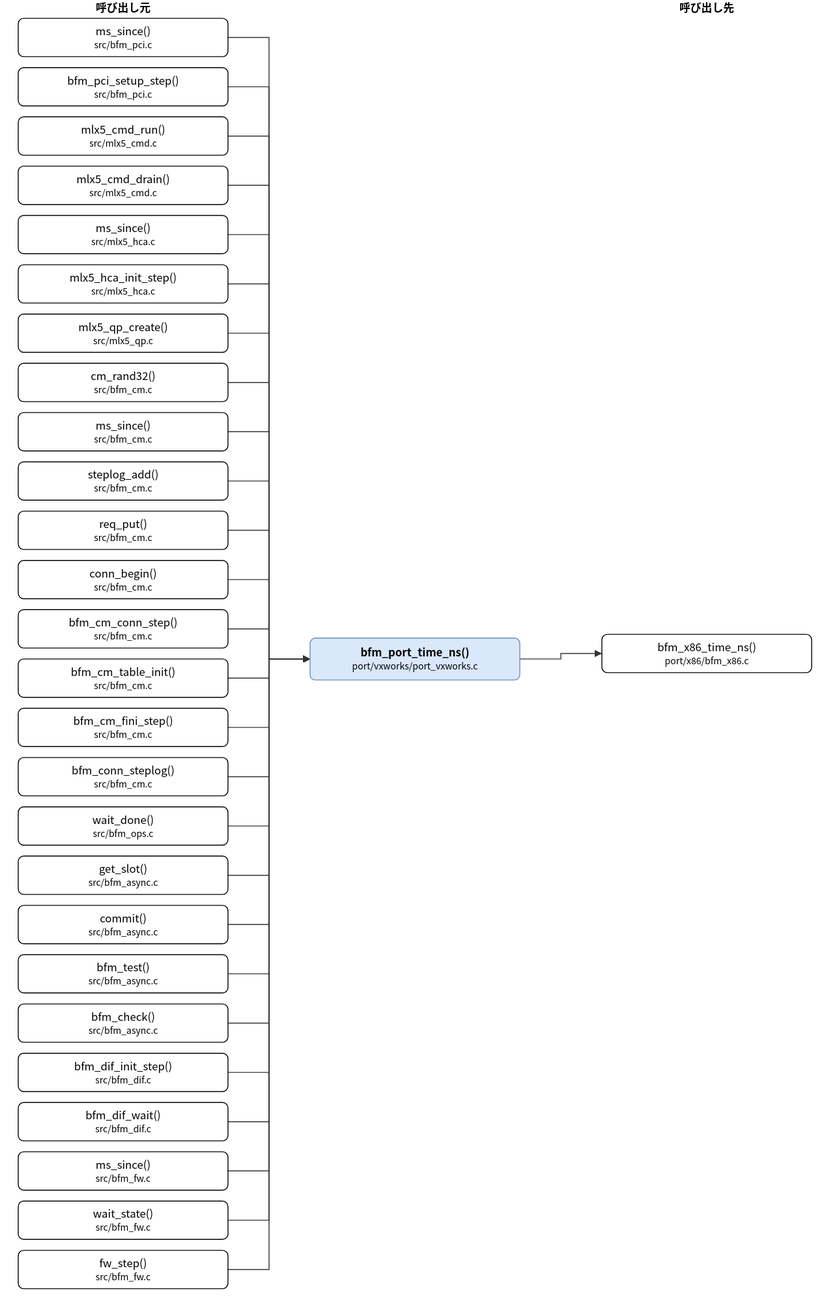
Earlier version of the draw.io export doc/spec/images/call_port_vxworks_port_vxworks-bfm_port_time_ns.drawio.svg (hf355051012-ai/bfmem). Source tidied: cells renumbered, new cells last; positions are measured from the earlier drawing's top-left corner, leaving out a move shared by most shapes.
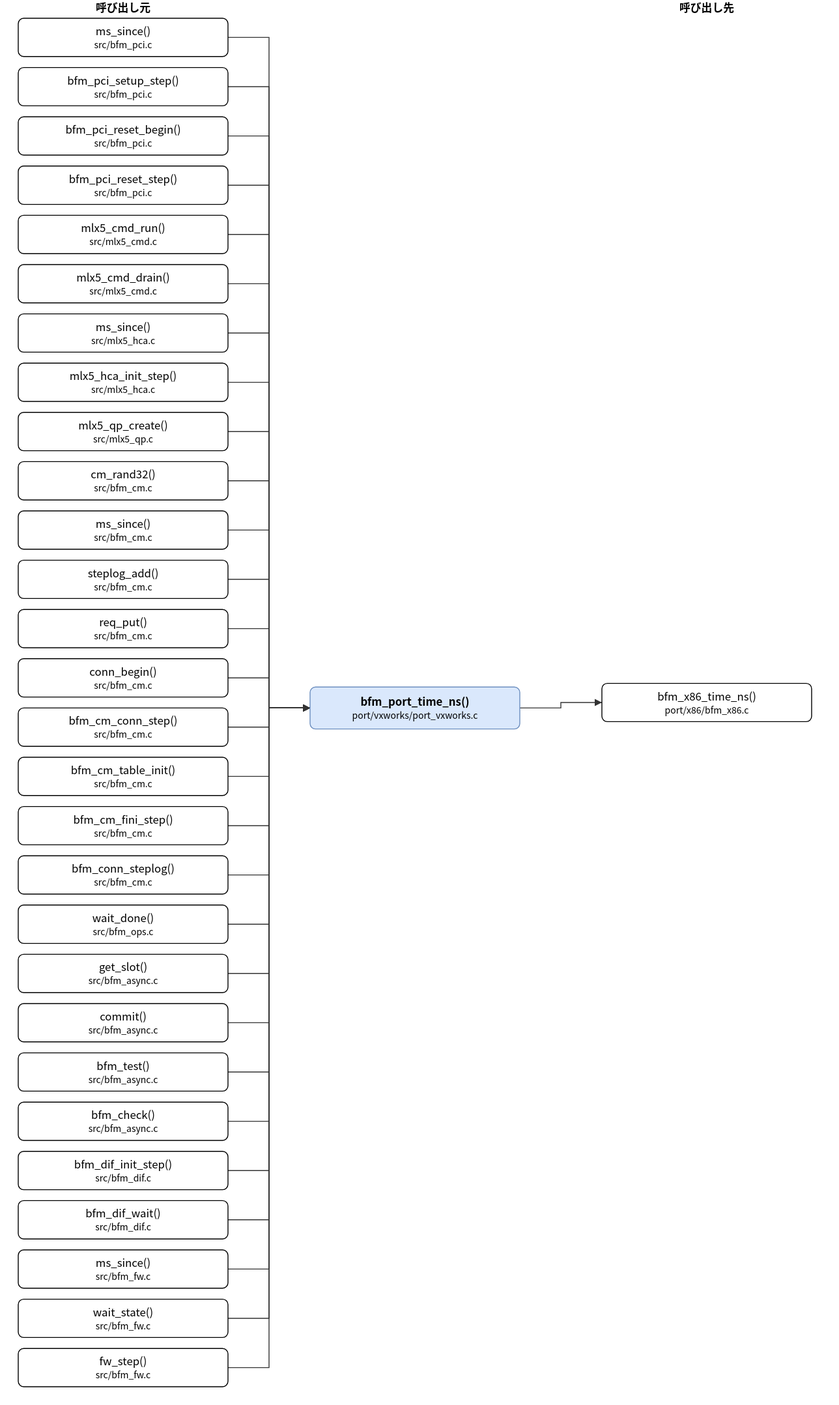
Later version of the same file.

Diff of the diagram source:
```diff
@@ -5,3 +5,3 @@
     <mxCell id="2" value="bfm_port_time_ns()&lt;br&gt;&lt;font style=&quot;font-size:10px&quot;&gt;port/vxworks/port_vxworks.c&lt;/font&gt;" style="rounded=1;whiteSpace=wrap;html=1;fillColor=#dae8fc;strokeColor=#6c8ebf;fontStyle=1;" parent="1" vertex="1">
-      <mxGeometry x="320" y="699" width="230" height="46" as="geometry" />
+      <mxGeometry x="320" y="753" width="230" height="46" as="geometry" />
     </mxCell>
@@ -13,76 +13,82 @@
     </mxCell>
-    <mxCell id="5" value="mlx5_cmd_run()&lt;br&gt;&lt;font style=&quot;font-size:10px&quot;&gt;src/mlx5_cmd.c&lt;/font&gt;" style="rounded=1;whiteSpace=wrap;html=1;" parent="1" vertex="1">
+    <mxCell id="5" value="bfm_pci_reset_begin()&lt;br&gt;&lt;font style=&quot;font-size:10px&quot;&gt;src/bfm_pci.c&lt;/font&gt;" style="rounded=1;whiteSpace=wrap;html=1;" parent="1" vertex="1">
       <mxGeometry y="128" width="230" height="42" as="geometry" />
     </mxCell>
-    <mxCell id="6" value="mlx5_cmd_drain()&lt;br&gt;&lt;font style=&quot;font-size:10px&quot;&gt;src/mlx5_cmd.c&lt;/font&gt;" style="rounded=1;whiteSpace=wrap;html=1;" parent="1" vertex="1">
+    <mxCell id="6" value="bfm_pci_reset_step()&lt;br&gt;&lt;font style=&quot;font-size:10px&quot;&gt;src/bfm_pci.c&lt;/font&gt;" style="rounded=1;whiteSpace=wrap;html=1;" parent="1" vertex="1">
       <mxGeometry y="182" width="230" height="42" as="geometry" />
     </mxCell>
-    <mxCell id="7" value="ms_since()&lt;br&gt;&lt;font style=&quot;font-size:10px&quot;&gt;src/mlx5_hca.c&lt;/font&gt;" style="rounded=1;whiteSpace=wrap;html=1;" parent="1" vertex="1">
+    <mxCell id="7" value="mlx5_cmd_run()&lt;br&gt;&lt;font style=&quot;font-size:10px&quot;&gt;src/mlx5_cmd.c&lt;/font&gt;" style="rounded=1;whiteSpace=wrap;html=1;" parent="1" vertex="1">
       <mxGeometry y="236" width="230" height="42" as="geometry" />
     </mxCell>
-    <mxCell id="8" value="mlx5_hca_init_step()&lt;br&gt;&lt;font style=&quot;font-size:10px&quot;&gt;src/mlx5_hca.c&lt;/font&gt;" style="rounded=1;whiteSpace=wrap;html=1;" parent="1" vertex="1">
+    <mxCell id="8" value="mlx5_cmd_drain()&lt;br&gt;&lt;font style=&quot;font-size:10px&quot;&gt;src/mlx5_cmd.c&lt;/font&gt;" style="rounded=1;whiteSpace=wrap;html=1;" parent="1" vertex="1">
       <mxGeometry y="290" width="230" height="42" as="geometry" />
     </mxCell>
-    <mxCell id="9" value="mlx5_qp_create()&lt;br&gt;&lt;font style=&quot;font-size:10px&quot;&gt;src/mlx5_qp.c&lt;/font&gt;" style="rounded=1;whiteSpace=wrap;html=1;" parent="1" vertex="1">
+    <mxCell id="9" value="ms_since()&lt;br&gt;&lt;font style=&quot;font-size:10px&quot;&gt;src/mlx5_hca.c&lt;/font&gt;" style="rounded=1;whiteSpace=wrap;html=1;" parent="1" vertex="1">
       <mxGeometry y="344" width="230" height="42" as="geometry" />
     </mxCell>
-    <mxCell id="10" value="cm_rand32()&lt;br&gt;&lt;font style=&quot;font-size:10px&quot;&gt;src/bfm_cm.c&lt;/font&gt;" style="rounded=1;whiteSpace=wrap;html=1;" parent="1" vertex="1">
+    <mxCell id="10" value="mlx5_hca_init_step()&lt;br&gt;&lt;font style=&quot;font-size:10px&quot;&gt;src/mlx5_hca.c&lt;/font&gt;" style="rounded=1;whiteSpace=wrap;html=1;" parent="1" vertex="1">
       <mxGeometry y="398" width="230" height="42" as="geometry" />
     </mxCell>
-    <mxCell id="11" value="ms_since()&lt;br&gt;&lt;font style=&quot;font-size:10px&quot;&gt;src/bfm_cm.c&lt;/font&gt;" style="rounded=1;whiteSpace=wrap;html=1;" parent="1" vertex="1">
+    <mxCell id="11" value="mlx5_qp_create()&lt;br&gt;&lt;font style=&quot;font-size:10px&quot;&gt;src/mlx5_qp.c&lt;/font&gt;" style="rounded=1;whiteSpace=wrap;html=1;" parent="1" vertex="1">
       <mxGeometry y="452" width="230" height="42" as="geometry" />
     </mxCell>
-    <mxCell id="12" value="steplog_add()&lt;br&gt;&lt;font style=&quot;font-size:10px&quot;&gt;src/bfm_cm.c&lt;/font&gt;" style="rounded=1;whiteSpace=wrap;html=1;" parent="1" vertex="1">
+    <mxCell id="12" value="cm_rand32()&lt;br&gt;&lt;font style=&quot;font-size:10px&quot;&gt;src/bfm_cm.c&lt;/font&gt;" style="rounded=1;whiteSpace=wrap;html=1;" parent="1" vertex="1">
       <mxGeometry y="506" width="230" height="42" as="geometry" />
     </mxCell>
-    <mxCell id="13" value="req_put()&lt;br&gt;&lt;font style=&quot;font-size:10px&quot;&gt;src/bfm_cm.c&lt;/font&gt;" style="rounded=1;whiteSpace=wrap;html=1;" parent="1" vertex="1">
+    <mxCell id="13" value="ms_since()&lt;br&gt;&lt;font style=&quot;font-size:10px&quot;&gt;src/bfm_cm.c&lt;/font&gt;" style="rounded=1;whiteSpace=wrap;html=1;" parent="1" vertex="1">
       <mxGeometry y="560" width="230" height="42" as="geometry" />
     </mxCell>
-    <mxCell id="14" value="conn_begin()&lt;br&gt;&lt;font style=&quot;font-size:10px&quot;&gt;src/bfm_cm.c&lt;/font&gt;" style="rounded=1;whiteSpace=wrap;html=1;" parent="1" vertex="1">
+    <mxCell id="14" value="steplog_add()&lt;br&gt;&lt;font style=&quot;font-size:10px&quot;&gt;src/bfm_cm.c&lt;/font&gt;" style="rounded=1;whiteSpace=wrap;html=1;" parent="1" vertex="1">
       <mxGeometry y="614" width="230" height="42" as="geometry" />
     </mxCell>
-    <mxCell id="15" value="bfm_cm_conn_step()&lt;br&gt;&lt;font style=&quot;font-size:10px&quot;&gt;src/bfm_cm.c&lt;/font&gt;" style="rounded=1;whiteSpace=wrap;html=1;" parent="1" vertex="1">
+    <mxCell id="15" value="req_put()&lt;br&gt;&lt;font style=&quot;font-size:10px&quot;&gt;src/bfm_cm.c&lt;/font&gt;" style="rounded=1;whiteSpace=wrap;html=1;" parent="1" vertex="1">
       <mxGeometry y="668" width="230" height="42" as="geometry" />
     </mxCell>
-    <mxCell id="16" value="bfm_cm_table_init()&lt;br&gt;&lt;font style=&quot;font-size:10px&quot;&gt;src/bfm_cm.c&lt;/font&gt;" style="rounded=1;whiteSpace=wrap;html=1;" parent="1" vertex="1">
+    <mxCell id="16" value="conn_begin()&lt;br&gt;&lt;font style=&quot;font-size:10px&quot;&gt;src/bfm_cm.c&lt;/font&gt;" style="rounded=1;whiteSpace=wrap;html=1;" parent="1" vertex="1">
       <mxGeometry y="722" width="230" height="42" as="geometry" />
     </mxCell>
-    <mxCell id="17" value="bfm_cm_fini_step()&lt;br&gt;&lt;font style=&quot;font-size:10px&quot;&gt;src/bfm_cm.c&lt;/font&gt;" style="rounded=1;whiteSpace=wrap;html=1;" parent="1" vertex="1">
+    <mxCell id="17" value="bfm_cm_conn_step()&lt;br&gt;&lt;font style=&quot;font-size:10px&quot;&gt;src/bfm_cm.c&lt;/font&gt;" style="rounded=1;whiteSpace=wrap;html=1;" parent="1" vertex="1">
       <mxGeometry y="776" width="230" height="42" as="geometry" />
     </mxCell>
-    <mxCell id="18" value="bfm_conn_steplog()&lt;br&gt;&lt;font style=&quot;font-size:10px&quot;&gt;src/bfm_cm.c&lt;/font&gt;" style="rounded=1;whiteSpace=wrap;html=1;" parent="1" vertex="1">
+    <mxCell id="18" value="bfm_cm_table_init()&lt;br&gt;&lt;font style=&quot;font-size:10px&quot;&gt;src/bfm_cm.c&lt;/font&gt;" style="rounded=1;whiteSpace=wrap;html=1;" parent="1" vertex="1">
       <mxGeometry y="830" width="230" height="42" as="geometry" />
     </mxCell>
-    <mxCell id="19" value="wait_done()&lt;br&gt;&lt;font style=&quot;font-size:10px&quot;&gt;src/bfm_ops.c&lt;/font&gt;" style="rounded=1;whiteSpace=wrap;html=1;" parent="1" vertex="1">
+    <mxCell id="19" value="bfm_cm_fini_step()&lt;br&gt;&lt;font style=&quot;font-size:10px&quot;&gt;src/bfm_cm.c&lt;/font&gt;" style="rounded=1;whiteSpace=wrap;html=1;" parent="1" vertex="1">
       <mxGeometry y="884" width="230" height="42" as="geometry" />
     </mxCell>
-    <mxCell id="20" value="get_slot()&lt;br&gt;&lt;font style=&quot;font-size:10px&quot;&gt;src/bfm_async.c&lt;/font&gt;" style="rounded=1;whiteSpace=wrap;html=1;" parent="1" vertex="1">
+    <mxCell id="20" value="bfm_conn_steplog()&lt;br&gt;&lt;font style=&quot;font-size:10px&quot;&gt;src/bfm_cm.c&lt;/font&gt;" style="rounded=1;whiteSpace=wrap;html=1;" parent="1" vertex="1">
       <mxGeometry y="938" width="230" height="42" as="geometry" />
     </mxCell>
-    <mxCell id="21" value="commit()&lt;br&gt;&lt;font style=&quot;font-size:10px&quot;&gt;src/bfm_async.c&lt;/font&gt;" style="rounded=1;whiteSpace=wrap;html=1;" parent="1" vertex="1">
+    <mxCell id="21" value="wait_done()&lt;br&gt;&lt;font style=&quot;font-size:10px&quot;&gt;src/bfm_ops.c&lt;/font&gt;" style="rounded=1;whiteSpace=wrap;html=1;" parent="1" vertex="1">
       <mxGeometry y="992" width="230" height="42" as="geometry" />
     </mxCell>
-    <mxCell id="22" value="bfm_test()&lt;br&gt;&lt;font style=&quot;font-size:10px&quot;&gt;src/bfm_async.c&lt;/font&gt;" style="rounded=1;whiteSpace=wrap;html=1;" parent="1" vertex="1">
+    <mxCell id="22" value="get_slot()&lt;br&gt;&lt;font style=&quot;font-size:10px&quot;&gt;src/bfm_async.c&lt;/font&gt;" style="rounded=1;whiteSpace=wrap;html=1;" parent="1" vertex="1">
       <mxGeometry y="1046" width="230" height="42" as="geometry" />
     </mxCell>
-    <mxCell id="23" value="bfm_check()&lt;br&gt;&lt;font style=&quot;font-size:10px&quot;&gt;src/bfm_async.c&lt;/font&gt;" style="rounded=1;whiteSpace=wrap;html=1;" parent="1" vertex="1">
+    <mxCell id="23" value="commit()&lt;br&gt;&lt;font style=&quot;font-size:10px&quot;&gt;src/bfm_async.c&lt;/font&gt;" style="rounded=1;whiteSpace=wrap;html=1;" parent="1" vertex="1">
       <mxGeometry y="1100" width="230" height="42" as="geometry" />
     </mxCell>
-    <mxCell id="24" value="bfm_dif_init_step()&lt;br&gt;&lt;font style=&quot;font-size:10px&quot;&gt;src/bfm_dif.c&lt;/font&gt;" style="rounded=1;whiteSpace=wrap;html=1;" parent="1" vertex="1">
+    <mxCell id="24" value="bfm_test()&lt;br&gt;&lt;font style=&quot;font-size:10px&quot;&gt;src/bfm_async.c&lt;/font&gt;" style="rounded=1;whiteSpace=wrap;html=1;" parent="1" vertex="1">
       <mxGeometry y="1154" width="230" height="42" as="geometry" />
     </mxCell>
-    <mxCell id="25" value="bfm_dif_wait()&lt;br&gt;&lt;font style=&quot;font-size:10px&quot;&gt;src/bfm_dif.c&lt;/font&gt;" style="rounded=1;whiteSpace=wrap;html=1;" parent="1" vertex="1">
+    <mxCell id="25" value="bfm_check()&lt;br&gt;&lt;font style=&quot;font-size:10px&quot;&gt;src/bfm_async.c&lt;/font&gt;" style="rounded=1;whiteSpace=wrap;html=1;" parent="1" vertex="1">
       <mxGeometry y="1208" width="230" height="42" as="geometry" />
     </mxCell>
-    <mxCell id="26" value="ms_since()&lt;br&gt;&lt;font style=&quot;font-size:10px&quot;&gt;src/bfm_fw.c&lt;/font&gt;" style="rounded=1;whiteSpace=wrap;html=1;" parent="1" vertex="1">
+    <mxCell id="26" value="bfm_dif_init_step()&lt;br&gt;&lt;font style=&quot;font-size:10px&quot;&gt;src/bfm_dif.c&lt;/font&gt;" style="rounded=1;whiteSpace=wrap;html=1;" parent="1" vertex="1">
       <mxGeometry y="1262" width="230" height="42" as="geometry" />
     </mxCell>
-    <mxCell id="27" value="wait_state()&lt;br&gt;&lt;font style=&quot;font-size:10px&quot;&gt;src/bfm_fw.c&lt;/font&gt;" style="rounded=1;whiteSpace=wrap;html=1;" parent="1" vertex="1">
+    <mxCell id="27" value="bfm_dif_wait()&lt;br&gt;&lt;font style=&quot;font-size:10px&quot;&gt;src/bfm_dif.c&lt;/font&gt;" style="rounded=1;whiteSpace=wrap;html=1;" parent="1" vertex="1">
       <mxGeometry y="1316" width="230" height="42" as="geometry" />
     </mxCell>
-    <mxCell id="28" value="fw_step()&lt;br&gt;&lt;font style=&quot;font-size:10px&quot;&gt;src/bfm_fw.c&lt;/font&gt;" style="rounded=1;whiteSpace=wrap;html=1;" parent="1" vertex="1">
+    <mxCell id="28" value="ms_since()&lt;br&gt;&lt;font style=&quot;font-size:10px&quot;&gt;src/bfm_fw.c&lt;/font&gt;" style="rounded=1;whiteSpace=wrap;html=1;" parent="1" vertex="1">
       <mxGeometry y="1370" width="230" height="42" as="geometry" />
     </mxCell>
+    <mxCell id="59" value="wait_state()&lt;br&gt;&lt;font style=&quot;font-size:10px&quot;&gt;src/bfm_fw.c&lt;/font&gt;" style="rounded=1;whiteSpace=wrap;html=1;" parent="1" vertex="1">
+      <mxGeometry y="1424" width="230" height="42" as="geometry" />
+    </mxCell>
+    <mxCell id="60" value="fw_step()&lt;br&gt;&lt;font style=&quot;font-size:10px&quot;&gt;src/bfm_fw.c&lt;/font&gt;" style="rounded=1;whiteSpace=wrap;html=1;" parent="1" vertex="1">
+      <mxGeometry y="1478" width="230" height="42" as="geometry" />
+    </mxCell>
     <mxCell id="29" value="bfm_x86_time_ns()&lt;br&gt;&lt;font style=&quot;font-size:10px&quot;&gt;port/x86/bfm_x86.c&lt;/font&gt;" style="rounded=1;whiteSpace=wrap;html=1;" parent="1" vertex="1">
-      <mxGeometry x="640" y="695" width="230" height="42" as="geometry" />
+      <mxGeometry x="640" y="749" width="230" height="42" as="geometry" />
     </mxCell>
@@ -92,3 +98,3 @@
           <mxPoint x="275" y="41" />
-          <mxPoint x="275" y="722" />
+          <mxPoint x="275" y="776" />
         </Array>
@@ -100,3 +106,3 @@
           <mxPoint x="275" y="95" />
-          <mxPoint x="275" y="722" />
+          <mxPoint x="275" y="776" />
         </Array>
@@ -108,3 +114,3 @@
           <mxPoint x="275" y="149" />
-          <mxPoint x="275" y="722" />
+          <mxPoint x="275" y="776" />
         </Array>
@@ -116,3 +122,3 @@
           <mxPoint x="275" y="203" />
-          <mxPoint x="275" y="722" />
+          <mxPoint x="275" y="776" />
         </Array>
@@ -124,3 +130,3 @@
           <mxPoint x="275" y="257" />
-          <mxPoint x="275" y="722" />
+          <mxPoint x="275" y="776" />
         </Array>
@@ -132,3 +138,3 @@
           <mxPoint x="275" y="311" />
-          <mxPoint x="275" y="722" />
+          <mxPoint x="275" y="776" />
         </Array>
@@ -140,3 +146,3 @@
           <mxPoint x="275" y="365" />
-          <mxPoint x="275" y="722" />
+          <mxPoint x="275" y="776" />
         </Array>
@@ -148,3 +154,3 @@
           <mxPoint x="275" y="419" />
-          <mxPoint x="275" y="722" />
+          <mxPoint x="275" y="776" />
         </Array>
@@ -156,3 +162,3 @@
           <mxPoint x="275" y="473" />
-          <mxPoint x="275" y="722" />
+          <mxPoint x="275" y="776" />
         </Array>
@@ -164,3 +170,3 @@
           <mxPoint x="275" y="527" />
-          <mxPoint x="275" y="722" />
+          <mxPoint x="275" y="776" />
         </Array>
@@ -172,3 +178,3 @@
           <mxPoint x="275" y="581" />
-          <mxPoint x="275" y="722" />
+          <mxPoint x="275" y="776" />
         </Array>
@@ -180,3 +186,3 @@
           <mxPoint x="275" y="635" />
-          <mxPoint x="275" y="722" />
+          <mxPoint x="275" y="776" />
         </Array>
@@ -188,3 +194,3 @@
           <mxPoint x="275" y="689" />
-          <mxPoint x="275" y="722" />
+          <mxPoint x="275" y="776" />
         </Array>
@@ -196,3 +202,3 @@
           <mxPoint x="275" y="743" />
-          <mxPoint x="275" y="722" />
+          <mxPoint x="275" y="776" />
         </Array>
@@ -204,3 +210,3 @@
           <mxPoint x="275" y="797" />
-          <mxPoint x="275" y="722" />
+          <mxPoint x="275" y="776" />
         </Array>
@@ -212,3 +218,3 @@
           <mxPoint x="275" y="851" />
-          <mxPoint x="275" y="722" />
+          <mxPoint x="275" y="776" />
         </Array>
@@ -220,3 +226,3 @@
           <mxPoint x="275" y="905" />
-          <mxPoint x="275" y="722" />
+          <mxPoint x="275" y="776" />
         </Array>
@@ -228,3 +234,3 @@
           <mxPoint x="275" y="959" />
-          <mxPoint x="275" y="722" />
+          <mxPoint x="275" y="776" />
         </Array>
@@ -236,3 +242,3 @@
           <mxPoint x="275" y="1013" />
-          <mxPoint x="275" y="722" />
+          <mxPoint x="275" y="776" />
         </Array>
@@ -244,3 +250,3 @@
           <mxPoint x="275" y="1067" />
-          <mxPoint x="275" y="722" />
+          <mxPoint x="275" y="776" />
         </Array>
@@ -252,3 +258,3 @@
           <mxPoint x="275" y="1121" />
-          <mxPoint x="275" y="722" />
+          <mxPoint x="275" y="776" />
         </Array>
@@ -260,3 +266,3 @@
           <mxPoint x="275" y="1175" />
-          <mxPoint x="275" y="722" />
+          <mxPoint x="275" y="776" />
         </Array>
@@ -268,3 +274,3 @@
           <mxPoint x="275" y="1229" />
-          <mxPoint x="275" y="722" />
+          <mxPoint x="275" y="776" />
         </Array>
@@ -276,3 +282,3 @@
           <mxPoint x="275" y="1283" />
-          <mxPoint x="275" y="722" />
+          <mxPoint x="275" y="776" />
         </Array>
@@ -284,3 +290,3 @@
           <mxPoint x="275" y="1337" />
-          <mxPoint x="275" y="722" />
+          <mxPoint x="275" y="776" />
         </Array>
@@ -292,3 +298,3 @@
           <mxPoint x="275" y="1391" />
-          <mxPoint x="275" y="722" />
+          <mxPoint x="275" y="776" />
         </Array>
@@ -296,7 +302,7 @@
     </mxCell>
-    <mxCell id="56" style="edgeStyle=none;html=1;rounded=0;endArrow=block;endFill=1;exitX=1.0000;exitY=0.5000;exitDx=0;exitDy=0;exitPerimeter=0;entryX=0.0000;entryY=0.5000;entryDx=0;entryDy=0;entryPerimeter=0;" parent="1" edge="1" source="2" target="29">
+    <mxCell id="56" style="edgeStyle=none;html=1;rounded=0;endArrow=block;endFill=1;exitX=1.0000;exitY=0.5000;exitDx=0;exitDy=0;exitPerimeter=0;entryX=0.0000;entryY=0.5000;entryDx=0;entryDy=0;entryPerimeter=0;" parent="1" edge="1" source="59" target="2">
       <mxGeometry relative="1" as="geometry">
         <Array as="points">
-          <mxPoint x="595" y="722" />
-          <mxPoint x="595" y="716" />
+          <mxPoint x="275" y="1445" />
+          <mxPoint x="275" y="776" />
         </Array>
@@ -304,2 +310,18 @@
     </mxCell>
+    <mxCell id="61" style="edgeStyle=none;html=1;rounded=0;endArrow=block;endFill=1;exitX=1.0000;exitY=0.5000;exitDx=0;exitDy=0;exitPerimeter=0;entryX=0.0000;entryY=0.5000;entryDx=0;entryDy=0;entryPerimeter=0;" parent="1" edge="1" source="60" target="2">
+      <mxGeometry relative="1" as="geometry">
+        <Array as="points">
+          <mxPoint x="275" y="1499" />
+          <mxPoint x="275" y="776" />
+        </Array>
+      </mxGeometry>
+    </mxCell>
+    <mxCell id="62" style="edgeStyle=none;html=1;rounded=0;endArrow=block;endFill=1;exitX=1.0000;exitY=0.5000;exitDx=0;exitDy=0;exitPerimeter=0;entryX=0.0000;entryY=0.5000;entryDx=0;entryDy=0;entryPerimeter=0;" parent="1" edge="1" source="2" target="29">
+      <mxGeometry relative="1" as="geometry">
+        <Array as="points">
+          <mxPoint x="595" y="776" />
+          <mxPoint x="595" y="770" />
+        </Array>
+      </mxGeometry>
+    </mxCell>
     <mxCell id="57" value="呼び出し元" style="text;html=1;align=center;fontStyle=1;" parent="1" vertex="1">
```
